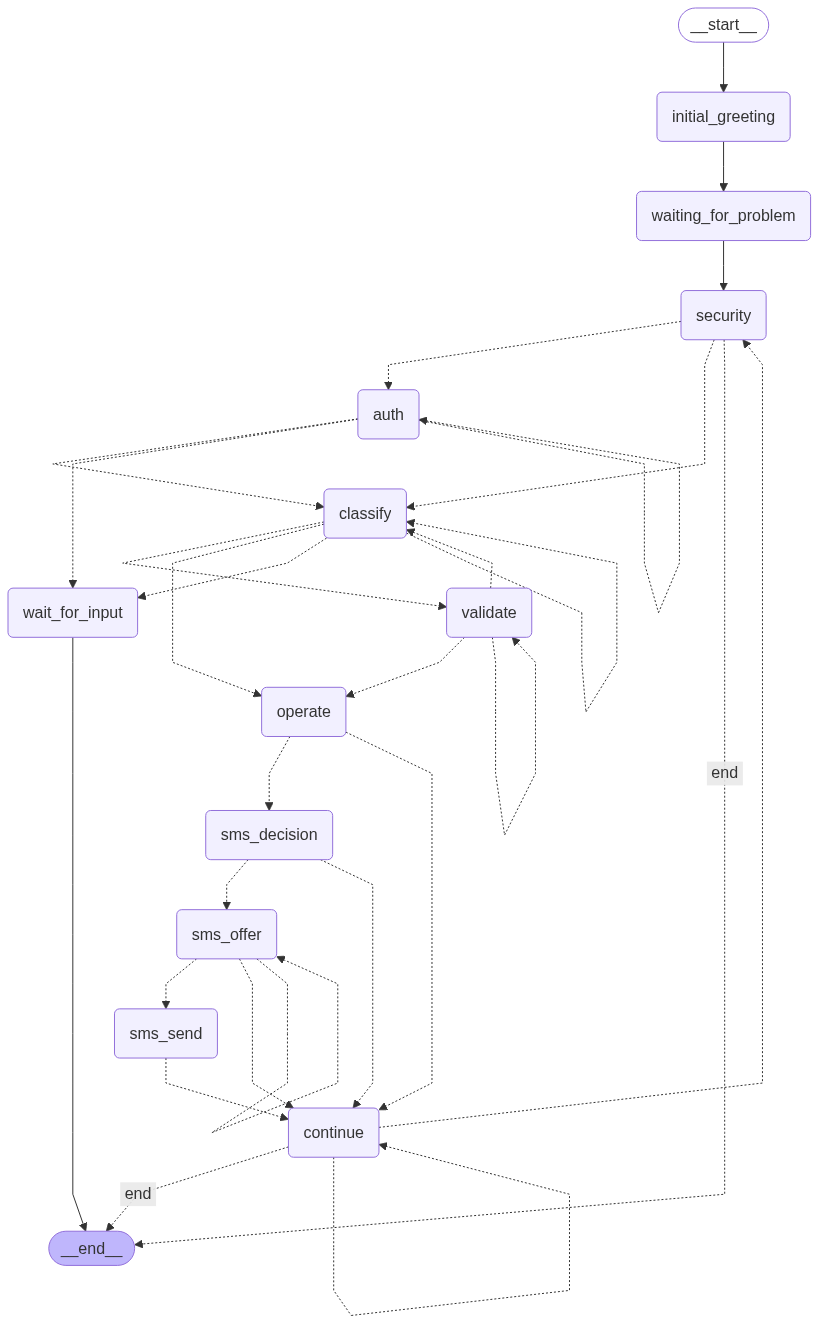
Before: turkcell_workflow.png, a diagram exported from Mermaid (Abdurrahman-Wahdan/TDDI-TEKNOFEST). Its source is kept beside it as turkcell_workflow.mmd. Source of this version:
```mermaid
---
config:
  flowchart:
    curve: linear
---
graph TD;
	__start__([<p>__start__</p>]):::first
	initial_greeting(initial_greeting)
	waiting_for_problem(waiting_for_problem)
	security(security)
	auth(auth)
	classify(classify)
	validate(validate)
	operate(operate)
	wait_for_input(wait_for_input)
	sms_decision(sms_decision)
	sms_offer(sms_offer)
	sms_send(sms_send)
	continue(continue)
	__end__([<p>__end__</p>]):::last
	__start__ --> initial_greeting;
	initial_greeting --> waiting_for_problem;
	wait_for_input --> __end__;
	waiting_for_problem --> security;
	security -.-> auth;
	security -.-> classify;
	security -. &nbsp;end&nbsp; .-> __end__;
	auth -.-> classify;
	auth -.-> wait_for_input;
	classify -.-> validate;
	classify -.-> operate;
	classify -.-> wait_for_input;
	validate -.-> operate;
	validate -.-> classify;
	operate -.-> sms_decision;
	operate -.-> continue;
	sms_decision -.-> sms_offer;
	sms_decision -.-> continue;
	sms_offer -.-> sms_send;
	sms_offer -.-> continue;
	sms_send -.-> continue;
	continue -.-> security;
	continue -. &nbsp;end&nbsp; .-> __end__;
	auth -.-> auth;
	classify -.-> classify;
	validate -.-> validate;
	sms_offer -.-> sms_offer;
	continue -.-> continue;
	classDef default fill:#f2f0ff,line-height:1.2
	classDef first fill-opacity:0
	classDef last fill:#bfb6fc
```
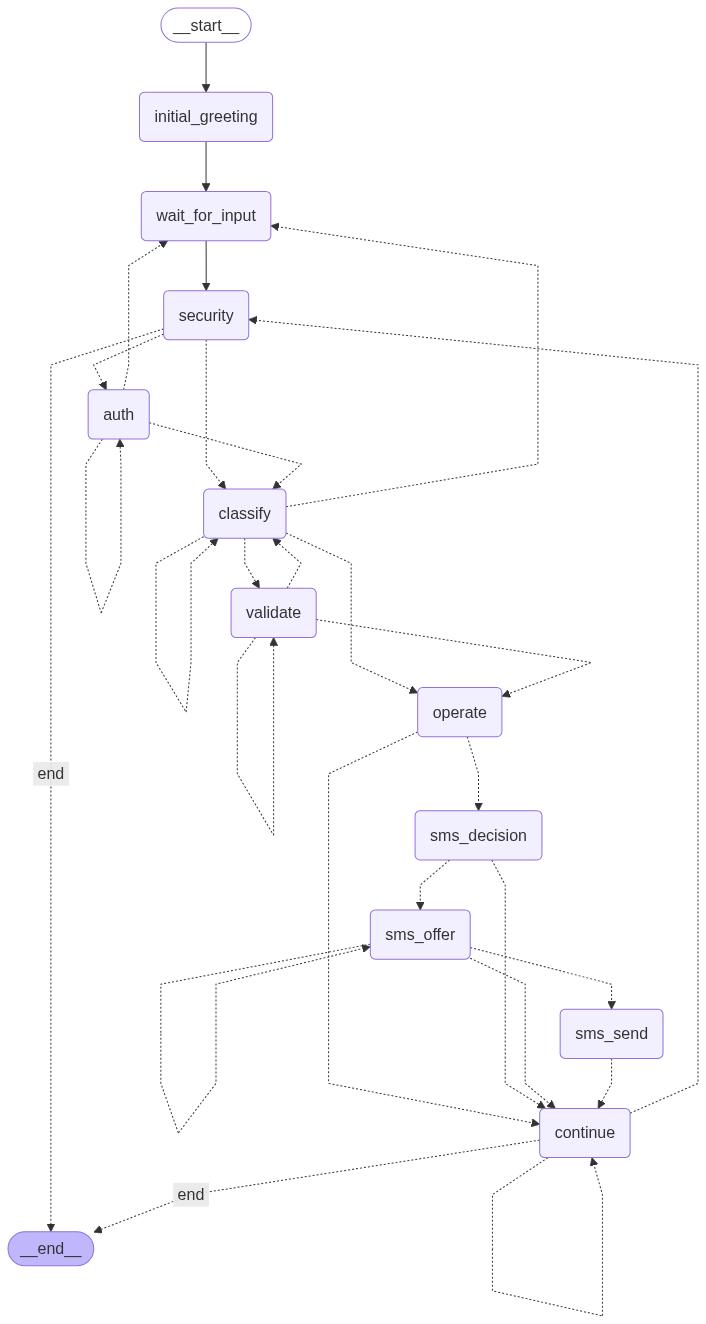
The same file after the commit.

Commit message:
Final Step workflow connections left

Change to the diagram source:
```diff
@@ -6,7 +6,6 @@
 graph TD;
 	__start__([<p>__start__</p>]):::first
 	initial_greeting(initial_greeting)
-	waiting_for_problem(waiting_for_problem)
 	security(security)
 	auth(auth)
 	classify(classify)
@@ -19,9 +18,8 @@
 	continue(continue)
 	__end__([<p>__end__</p>]):::last
 	__start__ --> initial_greeting;
-	initial_greeting --> waiting_for_problem;
-	wait_for_input --> __end__;
-	waiting_for_problem --> security;
+	initial_greeting --> wait_for_input;
+	wait_for_input --> security;
 	security -.-> auth;
 	security -.-> classify;
 	security -. &nbsp;end&nbsp; .-> __end__;
```
